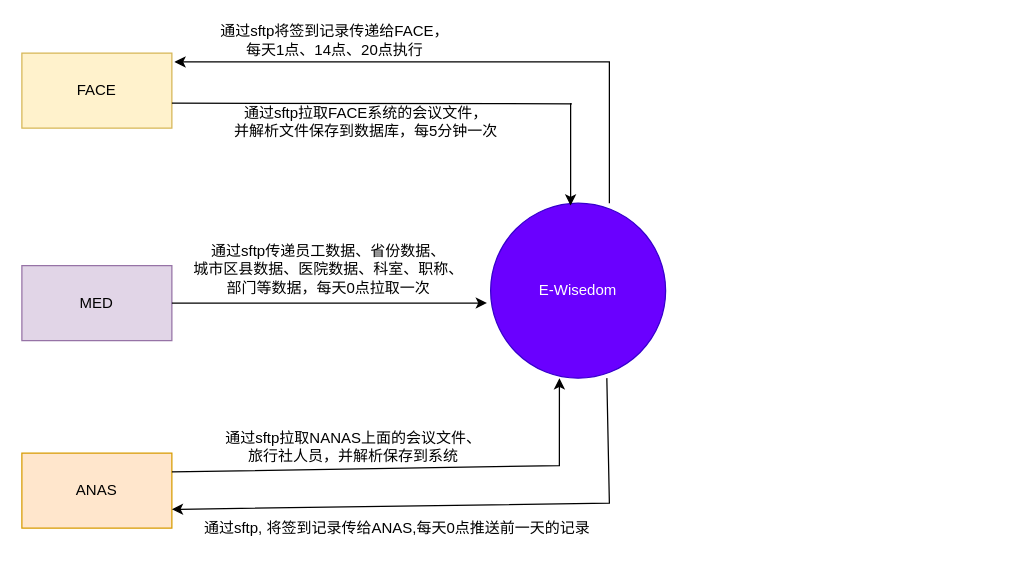
The draw.io diagram Untitled Diagram.drawio in ChunhaoXiao/Blogs, before the edit. Source tidied: cells renumbered, new cells numbered last; positions are measured from the earlier drawing's top-left corner, leaving out a move shared by most shapes. Both pictures are drawn from the tidied source at 125%, with x=0, y=0 at pixel (21, 21).
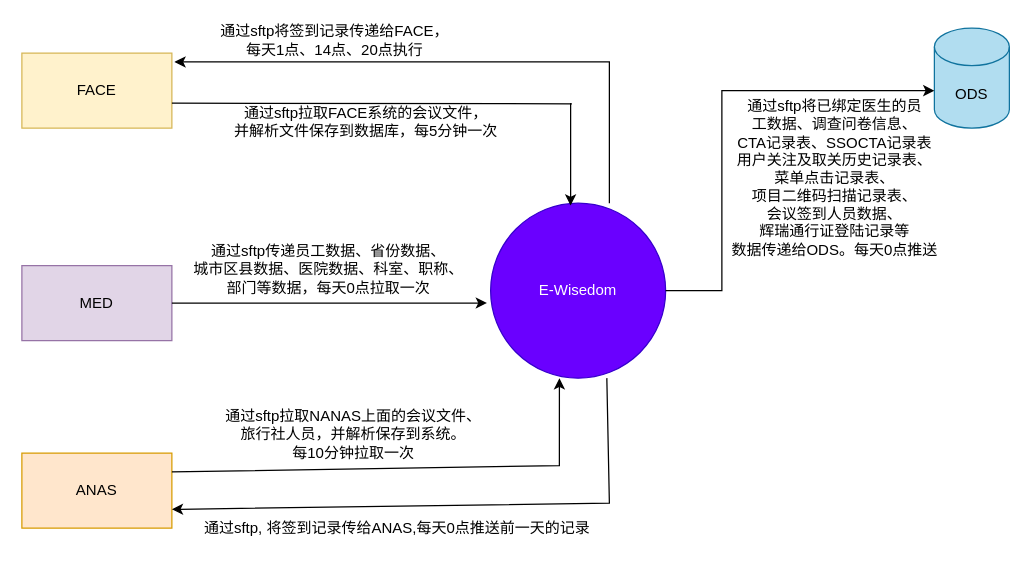
Above is the later version.

The change refers to these unchanged cells:
```xml
<mxCell id="2" value="E-Wisedom" style="ellipse;whiteSpace=wrap;html=1;fillColor=#6a00ff;strokeColor=#3700CC;fontColor=#ffffff;" parent="1" vertex="1">
  <mxGeometry x="375" y="145" width="140" height="140" as="geometry" />
</mxCell>
```

Diff of the diagram source:
```diff
@@
-    <mxCell id="14" value="通过sftp拉取NANAS上面的会议文件、&lt;br&gt;旅行社人员，并解析保存到系统" style="text;html=1;align=center;verticalAlign=middle;strokeColor=none;fillColor=none;" parent="1" vertex="1">
-      <mxGeometry x="155" y="325" width="220" height="30" as="geometry" />
+    <mxCell id="14" value="通过sftp拉取NANAS上面的会议文件、&lt;br&gt;旅行社人员，并解析保存到系统。&lt;br&gt;每10分钟拉取一次" style="text;html=1;align=center;verticalAlign=middle;strokeColor=none;fillColor=none;" parent="1" vertex="1">
+      <mxGeometry x="155" y="305" width="220" height="50" as="geometry" />
     </mxCell>
@@
+    <mxCell id="17" value="ODS" style="shape=cylinder3;whiteSpace=wrap;html=1;boundedLbl=1;backgroundOutline=1;size=15;fillColor=#b1ddf0;strokeColor=#10739e;" parent="1" vertex="1">
+      <mxGeometry x="730" y="5" width="60" height="80" as="geometry" />
+    </mxCell>
+    <mxCell id="18" style="endArrow=classic;html=1;rounded=0;entryX=0;entryY=0.625;entryDx=0;entryDy=0;entryPerimeter=0;" parent="1" edge="1" source="2" target="17">
+      <mxGeometry relative="1" as="geometry">
+        <Array as="points">
+          <mxPoint x="560" y="215" />
+          <mxPoint x="560" y="55" />
+        </Array>
+      </mxGeometry>
+    </mxCell>
+    <mxCell id="19" value="通过sftp将已绑定医生的员&lt;br&gt;工数据、调查问卷信息、&lt;br&gt;CTA记录表、SSOCTA记录表&lt;br&gt;用户关注及取关历史记录表、&lt;br&gt;菜单点击记录表、&lt;br&gt;项目二维码扫描记录表、&lt;br&gt;会议签到人员数据、&lt;br&gt;辉瑞通行证登陆记录等&lt;br&gt;数据传递给ODS。每天0点推送" style="text;html=1;align=center;verticalAlign=middle;strokeColor=none;fillColor=none;" parent="1" vertex="1">
+      <mxGeometry x="560" y="60" width="180" height="130" as="geometry" />
+    </mxCell>
```
